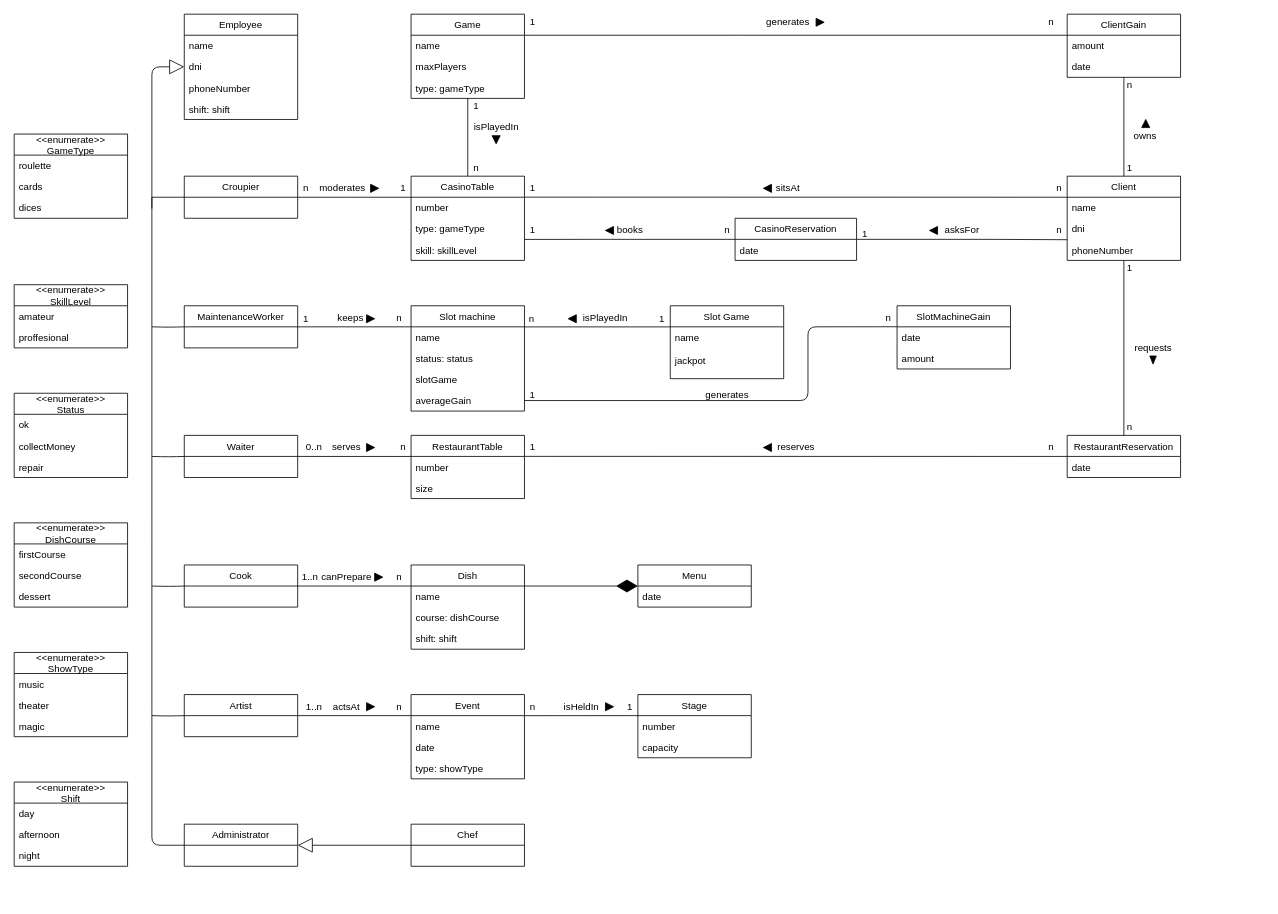
Above: Umls/diagramaUML.drawio in gii-is-DP1/dp1-2020-g1-07 (draw.io), before the change. Source tidied: cells renumbered, new cells numbered last; positions are measured from the earlier drawing's top-left corner, leaving out a move shared by most shapes. Both pictures are drawn from the tidied source at 81%, with x=0, y=0 at pixel (14, 14).
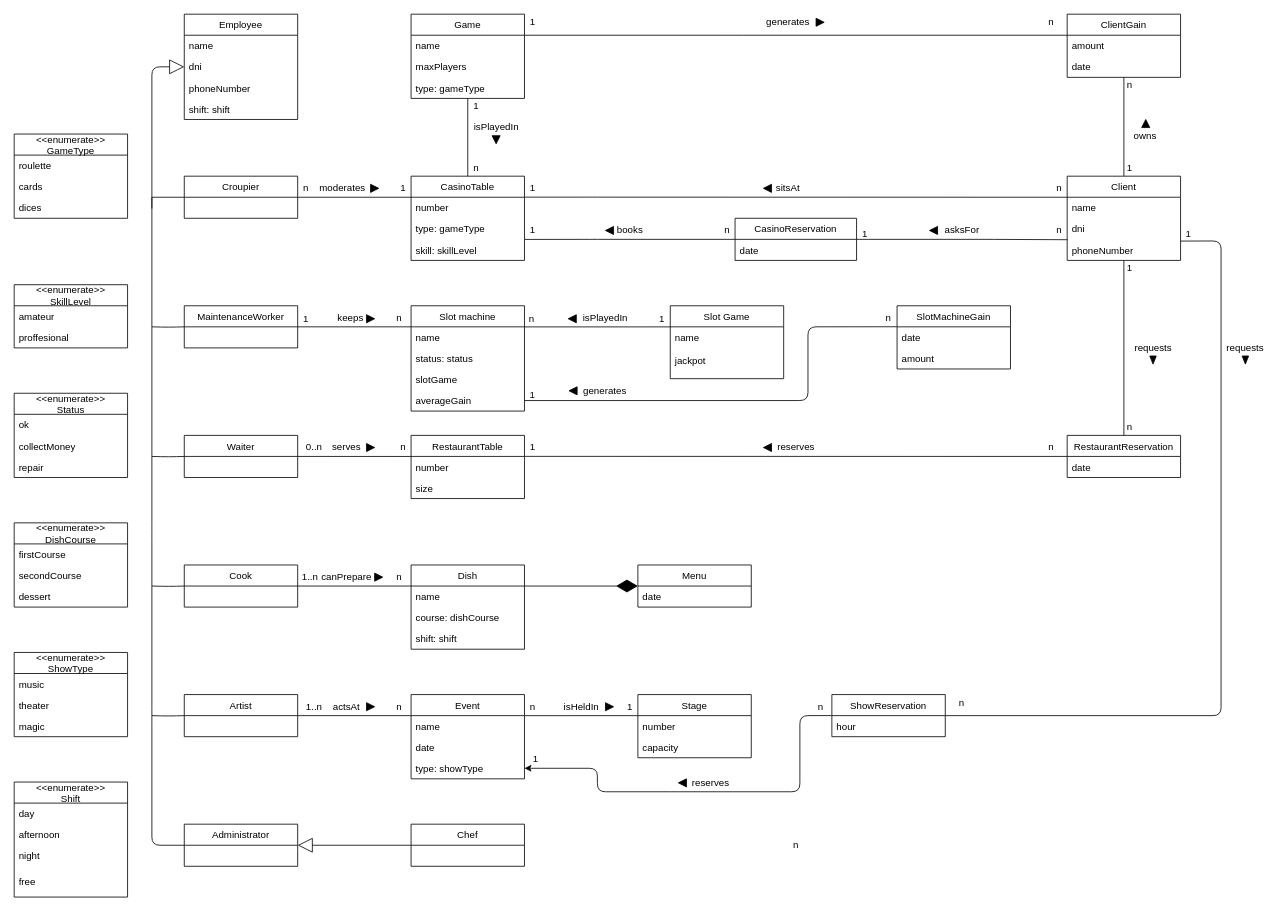
The same diagram, later.

The change refers to these unchanged cells:
```xml
<mxCell id="75" value="phoneNumber" style="text;strokeColor=none;fillColor=none;align=left;verticalAlign=top;spacingLeft=4;spacingRight=4;overflow=hidden;points=[[0,0.5],[1,0.5]];portConstraint=eastwest;" parent="72" vertex="1">
  <mxGeometry y="78" width="140" height="26" as="geometry" />
</mxCell>
```

What changed in the source:
```diff
@@
     <mxCell id="20" value="&lt;&lt;enumerate&gt;&gt;&#10;Shift" style="swimlane;fontStyle=0;horizontal=1;startSize=26;fillColor=none;" parent="1" vertex="1">
-      <mxGeometry y="948" width="140" height="104" as="geometry" />
+      <mxGeometry y="948" width="140" height="142" as="geometry" />
     </mxCell>
@@
-    <mxCell id="23" value="night" style="text;strokeColor=none;fillColor=none;align=left;verticalAlign=top;spacingLeft=4;spacingRight=4;overflow=hidden;" parent="20" vertex="1">
-      <mxGeometry y="78" width="140" height="26" as="geometry" />
+    <mxCell id="23" value="night&#10;" style="text;strokeColor=none;fillColor=none;align=left;verticalAlign=top;spacingLeft=4;spacingRight=4;overflow=hidden;" parent="20" vertex="1">
+      <mxGeometry y="78" width="140" height="32" as="geometry" />
     </mxCell>
+    <mxCell id="170" value="free" style="text;strokeColor=none;fillColor=none;align=left;verticalAlign=top;spacingLeft=4;spacingRight=4;overflow=hidden;" parent="20" vertex="1">
+      <mxGeometry y="110" width="140" height="32" as="geometry" />
+    </mxCell>
@@
     <mxCell id="169" value="generates" style="text;html=1;align=center;verticalAlign=middle;" parent="1" vertex="1">
-      <mxGeometry x="845" y="460" width="70" height="20" as="geometry" />
+      <mxGeometry x="694" y="455" width="70" height="20" as="geometry" />
     </mxCell>
+    <mxCell id="171" style="triangle;whiteSpace=wrap;html=1;fillColor=#000000;direction=west;" parent="1" vertex="1">
+      <mxGeometry x="685" y="460" width="10" height="10" as="geometry" />
+    </mxCell>
+    <mxCell id="172" value="ShowReservation" style="swimlane;fontStyle=0;horizontal=1;startSize=26;fillColor=none;" parent="1" vertex="1">
+      <mxGeometry x="1009.5" y="840" width="140" height="52" as="geometry" />
+    </mxCell>
+    <mxCell id="173" value="hour" style="text;strokeColor=none;fillColor=none;align=left;verticalAlign=top;spacingLeft=4;spacingRight=4;overflow=hidden;points=[[0,0.5],[1,0.5]];portConstraint=eastwest;" parent="172" vertex="1">
+      <mxGeometry y="26" width="140" height="26" as="geometry" />
+    </mxCell>
+    <mxCell id="174" value="n" style="text;html=1;strokeColor=none;fillColor=none;align=center;verticalAlign=middle;whiteSpace=wrap;rounded=0;" parent="1" vertex="1">
+      <mxGeometry x="954.5" y="1016" width="21" height="20" as="geometry" />
+    </mxCell>
+    <mxCell id="175" style="endArrow=classic;html=1;exitX=-0.002;exitY=-0.003;exitDx=0;exitDy=0;exitPerimeter=0;" parent="1" edge="1" source="173">
+      <mxGeometry relative="1" as="geometry">
+        <mxPoint x="630" y="931" as="targetPoint" />
+        <Array as="points">
+          <mxPoint x="970" y="866" />
+          <mxPoint x="970" y="960" />
+          <mxPoint x="810" y="960" />
+          <mxPoint x="720" y="960" />
+          <mxPoint x="720" y="931" />
+        </Array>
+      </mxGeometry>
+    </mxCell>
+    <mxCell id="176" value="&lt;span&gt;reserves&lt;/span&gt;" style="text;html=1;strokeColor=none;fillColor=none;align=center;verticalAlign=middle;whiteSpace=wrap;rounded=0;" parent="1" vertex="1">
+      <mxGeometry x="840" y="939" width="40" height="20" as="geometry" />
+    </mxCell>
+    <mxCell id="177" style="triangle;whiteSpace=wrap;html=1;fillColor=#000000;direction=west;" parent="1" vertex="1">
+      <mxGeometry x="820" y="944" width="10" height="10" as="geometry" />
+    </mxCell>
+    <mxCell id="178" style="endArrow=none;html=1;exitX=1.003;exitY=0.081;exitDx=0;exitDy=0;exitPerimeter=0;entryX=1;entryY=0.5;entryDx=0;entryDy=0;" parent="1" edge="1" source="75" target="172">
+      <mxGeometry relative="1" as="geometry">
+        <Array as="points">
+          <mxPoint x="1490" y="280" />
+          <mxPoint x="1490" y="580" />
+          <mxPoint x="1490" y="866" />
+        </Array>
+      </mxGeometry>
+    </mxCell>
+    <mxCell id="179" value="&lt;span&gt;n&lt;/span&gt;" style="text;html=1;strokeColor=none;fillColor=none;align=center;verticalAlign=middle;whiteSpace=wrap;rounded=0;" parent="1" vertex="1">
+      <mxGeometry x="975.5" y="845" width="40" height="20" as="geometry" />
+    </mxCell>
+    <mxCell id="180" value="1" style="text;html=1;strokeColor=none;fillColor=none;align=center;verticalAlign=middle;whiteSpace=wrap;rounded=0;" parent="1" vertex="1">
+      <mxGeometry x="624" y="910" width="40" height="20" as="geometry" />
+    </mxCell>
+    <mxCell id="181" value="n" style="text;html=1;strokeColor=none;fillColor=none;align=center;verticalAlign=middle;whiteSpace=wrap;rounded=0;" parent="1" vertex="1">
+      <mxGeometry x="1149.5" y="840" width="40" height="20" as="geometry" />
+    </mxCell>
+    <mxCell id="182" value="1" style="text;html=1;strokeColor=none;fillColor=none;align=center;verticalAlign=middle;whiteSpace=wrap;rounded=0;" parent="1" vertex="1">
+      <mxGeometry x="1430" y="262" width="40" height="20" as="geometry" />
+    </mxCell>
+    <mxCell id="183" value="&lt;span&gt;requests&lt;/span&gt;" style="text;html=1;strokeColor=none;fillColor=none;align=center;verticalAlign=middle;whiteSpace=wrap;rounded=0;" parent="1" vertex="1">
+      <mxGeometry x="1500" y="402" width="40" height="20" as="geometry" />
+    </mxCell>
+    <mxCell id="184" style="triangle;whiteSpace=wrap;html=1;fillColor=#000000;direction=south;" parent="1" vertex="1">
+      <mxGeometry x="1516" y="422" width="8" height="10" as="geometry" />
+    </mxCell>
```
